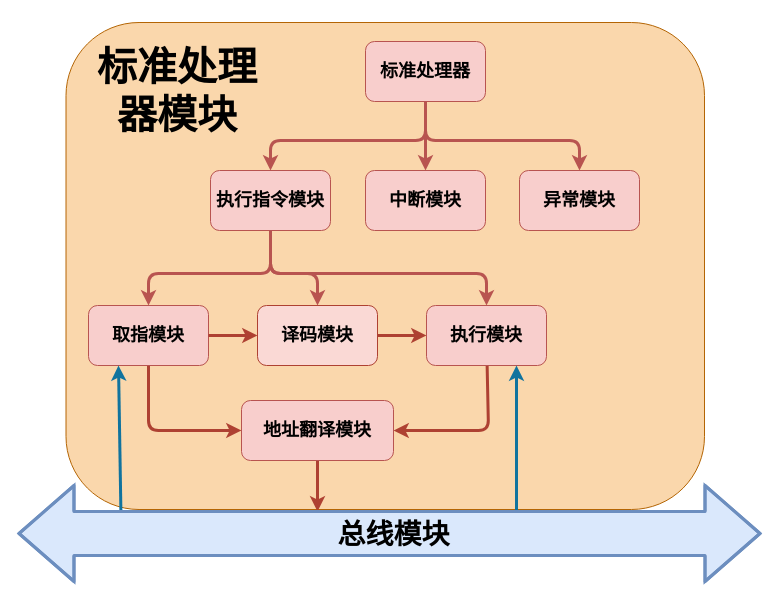
This is page "处理器模块" (3 of 7) of doc/architecture.drawio from Clo91eaf/hemu, a draw.io file, before an edit. Source tidied: cells renumbered, new cells numbered last; positions are measured from the earlier drawing's top-left corner, leaving out a move shared by most shapes. Both pictures are drawn from the tidied source at 100%, with x=0, y=0 at pixel (17, 17).
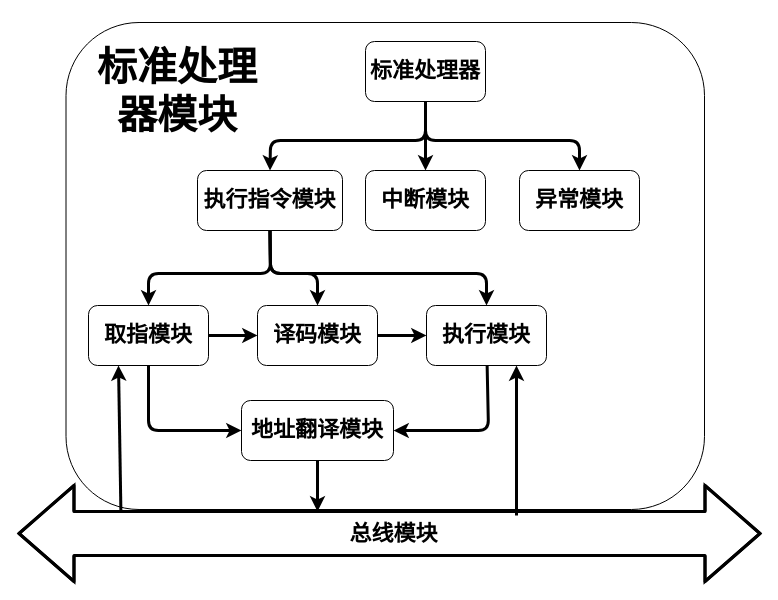
The same page after the edit.

Change to the diagram source:
```diff
@@
-    <mxCell id="2" style="whiteSpace=wrap;html=1;fontSize=18;fillColor=#fad7ac;strokeColor=#b46504;rounded=1;" parent="1" vertex="1">
+    <mxCell id="2" style="whiteSpace=wrap;html=1;fontSize=22;rounded=1;fontFamily=宋体;" parent="1" vertex="1">
       <mxGeometry x="48.5" y="5" width="638.5" height="487" as="geometry" />
     </mxCell>
-    <mxCell id="3" style="edgeStyle=none;html=1;fontSize=18;startArrow=none;startFill=0;entryX=0.5;entryY=0;entryDx=0;entryDy=0;rounded=1;exitX=0.5;exitY=1;exitDx=0;exitDy=0;fillColor=#f8cecc;strokeColor=#b85450;strokeWidth=3;" parent="1" edge="1" source="4" target="7">
+    <mxCell id="3" style="edgeStyle=none;html=1;fontSize=22;startArrow=none;startFill=0;entryX=0.5;entryY=0;entryDx=0;entryDy=0;rounded=1;exitX=0.5;exitY=1;exitDx=0;exitDy=0;strokeWidth=3;fontFamily=宋体;" parent="1" edge="1" source="4" target="7">
       <mxGeometry relative="1" as="geometry">
         <Array as="points">
           <mxPoint x="408" y="123" />
           <mxPoint x="253" y="123" />
         </Array>
       </mxGeometry>
     </mxCell>
-    <mxCell id="4" value="&lt;h2&gt;标准处理器&lt;/h2&gt;" style="whiteSpace=wrap;html=1;rounded=1;fillColor=#f8cecc;strokeColor=#b85450;" parent="1" vertex="1">
+    <mxCell id="4" value="&lt;h2 style=&quot;font-size: 22px;&quot;&gt;标准处理器&lt;/h2&gt;" style="whiteSpace=wrap;html=1;rounded=1;fontFamily=宋体;fontSize=22;" parent="1" vertex="1">
       <mxGeometry x="348" y="24" width="120" height="60" as="geometry" />
     </mxCell>
-    <mxCell id="5" value="&lt;h2&gt;中断模块&lt;/h2&gt;" style="whiteSpace=wrap;html=1;rounded=1;fillColor=#f8cecc;strokeColor=#b85450;" parent="1" vertex="1">
+    <mxCell id="5" value="&lt;h2 style=&quot;font-size: 22px;&quot;&gt;中断模块&lt;/h2&gt;" style="whiteSpace=wrap;html=1;rounded=1;fontFamily=宋体;fontSize=22;" parent="1" vertex="1">
       <mxGeometry x="348" y="153" width="120" height="60" as="geometry" />
     </mxCell>
-    <mxCell id="6" value="&lt;h2&gt;异常模块&lt;/h2&gt;" style="whiteSpace=wrap;html=1;rounded=1;fillColor=#f8cecc;strokeColor=#b85450;" parent="1" vertex="1">
+    <mxCell id="6" value="&lt;h2 style=&quot;font-size: 22px;&quot;&gt;异常模块&lt;/h2&gt;" style="whiteSpace=wrap;html=1;rounded=1;fontFamily=宋体;fontSize=22;" parent="1" vertex="1">
       <mxGeometry x="502" y="153" width="120" height="60" as="geometry" />
     </mxCell>
-    <mxCell id="7" value="&lt;h2&gt;执行指令模块&lt;/h2&gt;" style="whiteSpace=wrap;html=1;rounded=1;fillColor=#f8cecc;strokeColor=#b85450;" parent="1" vertex="1">
-      <mxGeometry x="193" y="153" width="120" height="60" as="geometry" />
+    <mxCell id="7" value="&lt;h2 style=&quot;font-size: 22px;&quot;&gt;执行指令模块&lt;/h2&gt;" style="whiteSpace=wrap;html=1;rounded=1;fontFamily=宋体;fontSize=22;" parent="1" vertex="1">
+      <mxGeometry x="180" y="153" width="145" height="60" as="geometry" />
     </mxCell>
-    <mxCell id="8" style="edgeStyle=none;html=1;fontSize=18;startArrow=none;startFill=0;entryX=0.5;entryY=0;entryDx=0;entryDy=0;exitX=0.5;exitY=1;exitDx=0;exitDy=0;rounded=1;fillColor=#f8cecc;strokeColor=#b85450;strokeWidth=3;" parent="1" edge="1" source="4" target="6">
+    <mxCell id="8" style="edgeStyle=none;html=1;fontSize=22;startArrow=none;startFill=0;entryX=0.5;entryY=0;entryDx=0;entryDy=0;exitX=0.5;exitY=1;exitDx=0;exitDy=0;rounded=1;strokeWidth=3;fontFamily=宋体;" parent="1" edge="1" source="4" target="6">
       <mxGeometry relative="1" as="geometry">
         <Array as="points">
           <mxPoint x="408" y="123" />
           <mxPoint x="562" y="123" />
         </Array>
       </mxGeometry>
     </mxCell>
-    <mxCell id="9" style="edgeStyle=none;html=1;fontSize=18;startArrow=none;startFill=0;entryX=0.5;entryY=0;entryDx=0;entryDy=0;exitX=0.5;exitY=1;exitDx=0;exitDy=0;rounded=1;fillColor=#f8cecc;strokeColor=#b85450;strokeWidth=3;" parent="1" edge="1" source="4" target="5">
+    <mxCell id="9" style="edgeStyle=none;html=1;fontSize=22;startArrow=none;startFill=0;entryX=0.5;entryY=0;entryDx=0;entryDy=0;exitX=0.5;exitY=1;exitDx=0;exitDy=0;rounded=1;strokeWidth=3;fontFamily=宋体;" parent="1" edge="1" source="4" target="5">
       <mxGeometry relative="1" as="geometry">
         <Array as="points">
           <mxPoint x="408" y="123" />
         </Array>
       </mxGeometry>
     </mxCell>
-    <mxCell id="10" style="edgeStyle=none;html=1;fontSize=18;startArrow=none;startFill=0;rounded=1;exitX=0.5;exitY=1;exitDx=0;exitDy=0;fillColor=#f8cecc;strokeColor=#b85450;strokeWidth=3;entryX=0.5;entryY=0;entryDx=0;entryDy=0;" parent="1" edge="1" source="7" target="12">
+    <mxCell id="10" style="edgeStyle=none;html=1;fontSize=22;startArrow=none;startFill=0;rounded=1;exitX=0.5;exitY=1;exitDx=0;exitDy=0;strokeWidth=3;entryX=0.5;entryY=0;entryDx=0;entryDy=0;fontFamily=宋体;" parent="1" edge="1" source="7" target="12">
       <mxGeometry relative="1" as="geometry">
         <Array as="points">
           <mxPoint x="253" y="256" />
           <mxPoint x="131" y="256" />
         </Array>
       </mxGeometry>
     </mxCell>
-    <mxCell id="11" style="edgeStyle=none;html=1;strokeWidth=3;fontSize=18;startArrow=none;startFill=0;endArrow=classic;endFill=1;fillColor=#fad9d5;strokeColor=#ae4132;entryX=0;entryY=0.5;entryDx=0;entryDy=0;rounded=1;" parent="1" edge="1" source="12" target="19">
+    <mxCell id="11" style="edgeStyle=none;html=1;strokeWidth=3;fontSize=22;startArrow=none;startFill=0;endArrow=classic;endFill=1;entryX=0;entryY=0.5;entryDx=0;entryDy=0;rounded=1;fontFamily=宋体;" parent="1" edge="1" source="12" target="19">
       <mxGeometry relative="1" as="geometry">
         <Array as="points">
           <mxPoint x="131" y="413" />
         </Array>
       </mxGeometry>
     </mxCell>
-    <mxCell id="12" value="&lt;h2&gt;取指模块&lt;/h2&gt;" style="whiteSpace=wrap;html=1;rounded=1;fillColor=#f8cecc;strokeColor=#b85450;" parent="1" vertex="1">
+    <mxCell id="12" value="&lt;h2 style=&quot;font-size: 22px;&quot;&gt;取指模块&lt;/h2&gt;" style="whiteSpace=wrap;html=1;rounded=1;fontFamily=宋体;fontSize=22;" parent="1" vertex="1">
       <mxGeometry x="71" y="288" width="120" height="60" as="geometry" />
     </mxCell>
-    <mxCell id="13" style="edgeStyle=none;html=1;strokeWidth=3;fontSize=18;startArrow=none;startFill=0;endArrow=classic;endFill=1;fillColor=#fad9d5;strokeColor=#ae4132;rounded=1;" parent="1" edge="1" source="14" target="17">
+    <mxCell id="13" style="edgeStyle=none;html=1;strokeWidth=3;fontSize=22;startArrow=none;startFill=0;endArrow=classic;endFill=1;rounded=1;fontFamily=宋体;" parent="1" edge="1" source="14" target="17">
       <mxGeometry relative="1" as="geometry" />
     </mxCell>
-    <mxCell id="14" value="&lt;h2&gt;译码模块&lt;/h2&gt;" style="whiteSpace=wrap;html=1;rounded=1;fillColor=#fad9d5;strokeColor=#ae4132;" parent="1" vertex="1">
+    <mxCell id="14" value="&lt;h2 style=&quot;font-size: 22px;&quot;&gt;译码模块&lt;/h2&gt;" style="whiteSpace=wrap;html=1;rounded=1;fontFamily=宋体;fontSize=22;" parent="1" vertex="1">
       <mxGeometry x="240" y="288" width="120" height="60" as="geometry" />
     </mxCell>
-    <mxCell id="15" style="edgeStyle=none;jettySize=auto;html=1;strokeWidth=3;fontSize=18;startArrow=none;startFill=0;endArrow=classic;endFill=1;exitX=1;exitY=0.5;exitDx=0;exitDy=0;entryX=0;entryY=0.5;entryDx=0;entryDy=0;fillColor=#fad9d5;strokeColor=#ae4132;rounded=1;" parent="1" edge="1" source="12" target="14">
+    <mxCell id="15" style="edgeStyle=none;jettySize=auto;html=1;strokeWidth=3;fontSize=22;startArrow=none;startFill=0;endArrow=classic;endFill=1;exitX=1;exitY=0.5;exitDx=0;exitDy=0;entryX=0;entryY=0.5;entryDx=0;entryDy=0;rounded=1;fontFamily=宋体;" parent="1" edge="1" source="12" target="14">
       <mxGeometry relative="1" as="geometry" />
     </mxCell>
-    <mxCell id="16" style="edgeStyle=none;html=1;strokeWidth=3;fontSize=18;startArrow=none;startFill=0;endArrow=classic;endFill=1;entryX=1;entryY=0.5;entryDx=0;entryDy=0;fillColor=#fad9d5;strokeColor=#ae4132;rounded=1;" parent="1" edge="1" source="17" target="19">
+    <mxCell id="16" style="edgeStyle=none;html=1;strokeWidth=3;fontSize=22;startArrow=none;startFill=0;endArrow=classic;endFill=1;entryX=1;entryY=0.5;entryDx=0;entryDy=0;rounded=1;fontFamily=宋体;" parent="1" edge="1" source="17" target="19">
       <mxGeometry relative="1" as="geometry">
         <Array as="points">
           <mxPoint x="471" y="413" />
         </Array>
       </mxGeometry>
     </mxCell>
-    <mxCell id="17" value="&lt;h2&gt;执行模块&lt;/h2&gt;" style="whiteSpace=wrap;html=1;rounded=1;fillColor=#f8cecc;strokeColor=#b85450;" parent="1" vertex="1">
+    <mxCell id="17" value="&lt;h2 style=&quot;font-size: 22px;&quot;&gt;执行模块&lt;/h2&gt;" style="whiteSpace=wrap;html=1;rounded=1;fontFamily=宋体;fontSize=22;" parent="1" vertex="1">
       <mxGeometry x="409" y="288" width="120" height="60" as="geometry" />
     </mxCell>
-    <mxCell id="18" style="edgeStyle=none;html=1;strokeWidth=3;fontSize=18;startArrow=none;startFill=0;endArrow=classic;endFill=1;fillColor=#fad9d5;strokeColor=#ae4132;rounded=1;" parent="1" edge="1" source="19">
+    <mxCell id="18" style="edgeStyle=none;html=1;strokeWidth=3;fontSize=22;startArrow=none;startFill=0;endArrow=classic;endFill=1;rounded=1;fontFamily=宋体;" parent="1" edge="1" source="19">
       <mxGeometry relative="1" as="geometry">
         <mxPoint x="300" y="494" as="targetPoint" />
       </mxGeometry>
     </mxCell>
-    <mxCell id="19" value="&lt;h2&gt;地址翻译模块&lt;/h2&gt;" style="whiteSpace=wrap;html=1;rounded=1;fillColor=#f8cecc;strokeColor=#b85450;" parent="1" vertex="1">
+    <mxCell id="19" value="&lt;h2 style=&quot;font-size: 22px;&quot;&gt;地址翻译模块&lt;/h2&gt;" style="whiteSpace=wrap;html=1;rounded=1;fontFamily=宋体;fontSize=22;" parent="1" vertex="1">
       <mxGeometry x="224" y="383" width="152" height="60" as="geometry" />
     </mxCell>
-    <mxCell id="20" style="edgeStyle=none;jettySize=auto;html=1;strokeWidth=3;fontSize=18;startArrow=none;startFill=0;endArrow=classic;endFill=1;fillColor=#b1ddf0;strokeColor=#10739e;entryX=0.25;entryY=1;entryDx=0;entryDy=0;exitX=0.082;exitY=0.021;exitDx=0;exitDy=0;exitPerimeter=0;rounded=1;" parent="1" edge="1" target="12">
+    <mxCell id="20" style="edgeStyle=none;jettySize=auto;html=1;strokeWidth=3;fontSize=22;startArrow=none;startFill=0;endArrow=classic;endFill=1;entryX=0.25;entryY=1;entryDx=0;entryDy=0;exitX=0.082;exitY=0.021;exitDx=0;exitDy=0;exitPerimeter=0;rounded=1;fontFamily=宋体;" parent="1" edge="1" target="12">
       <mxGeometry relative="1" as="geometry">
         <mxPoint x="103.4" y="493.5" as="sourcePoint" />
       </mxGeometry>
     </mxCell>
-    <mxCell id="21" style="edgeStyle=none;jettySize=auto;html=1;strokeWidth=3;fontSize=18;startArrow=none;startFill=0;endArrow=classic;endFill=1;fillColor=#b1ddf0;strokeColor=#10739e;entryX=0.75;entryY=1;entryDx=0;entryDy=0;rounded=1;" parent="1" edge="1" target="17">
+    <mxCell id="21" style="edgeStyle=none;jettySize=auto;html=1;strokeWidth=3;fontSize=22;startArrow=none;startFill=0;endArrow=classic;endFill=1;entryX=0.75;entryY=1;entryDx=0;entryDy=0;rounded=1;fontFamily=宋体;" parent="1" edge="1" target="17">
       <mxGeometry relative="1" as="geometry">
         <mxPoint x="499" y="498" as="sourcePoint" />
       </mxGeometry>
     </mxCell>
-    <mxCell id="22" value="&lt;font style=&quot;font-size: 40px;&quot;&gt;标准处理器模块&lt;/font&gt;" style="text;strokeColor=none;align=center;fillColor=none;html=1;verticalAlign=middle;whiteSpace=wrap;rounded=1;fontStyle=1;" parent="1" vertex="1">
+    <mxCell id="22" value="&lt;font style=&quot;font-size: 40px;&quot;&gt;标准处理器模块&lt;/font&gt;" style="text;strokeColor=none;align=center;fillColor=none;html=1;verticalAlign=middle;whiteSpace=wrap;rounded=1;fontStyle=1;fontFamily=宋体;fontSize=40;" parent="1" vertex="1">
       <mxGeometry x="74" width="172" height="146" as="geometry" />
     </mxCell>
-    <mxCell id="23" style="edgeStyle=none;html=1;fontSize=18;startArrow=none;startFill=0;rounded=1;exitX=0.5;exitY=1;exitDx=0;exitDy=0;fillColor=#f8cecc;strokeColor=#b85450;strokeWidth=3;entryX=0.5;entryY=0;entryDx=0;entryDy=0;" parent="1" edge="1" source="7" target="14">
+    <mxCell id="23" style="edgeStyle=none;html=1;fontSize=22;startArrow=none;startFill=0;rounded=1;exitX=0.5;exitY=1;exitDx=0;exitDy=0;strokeWidth=3;entryX=0.5;entryY=0;entryDx=0;entryDy=0;fontFamily=宋体;" parent="1" edge="1" source="7" target="14">
       <mxGeometry relative="1" as="geometry">
         <Array as="points">
           <mxPoint x="253" y="256" />
           <mxPoint x="300" y="256" />
         </Array>
       </mxGeometry>
     </mxCell>
-    <mxCell id="24" style="edgeStyle=none;html=1;fontSize=18;startArrow=none;startFill=0;rounded=1;exitX=0.5;exitY=1;exitDx=0;exitDy=0;fillColor=#f8cecc;strokeColor=#b85450;strokeWidth=3;entryX=0.5;entryY=0;entryDx=0;entryDy=0;" parent="1" edge="1" source="7" target="17">
+    <mxCell id="24" style="edgeStyle=none;html=1;fontSize=22;startArrow=none;startFill=0;rounded=1;exitX=0.5;exitY=1;exitDx=0;exitDy=0;strokeWidth=3;entryX=0.5;entryY=0;entryDx=0;entryDy=0;fontFamily=宋体;" parent="1" edge="1" source="7" target="17">
       <mxGeometry relative="1" as="geometry">
         <Array as="points">
           <mxPoint x="253" y="256" />
           <mxPoint x="469" y="256" />
         </Array>
       </mxGeometry>
     </mxCell>
-    <mxCell id="25" style="orthogonalLoop=1;jettySize=auto;html=1;rounded=1;shape=flexArrow;startArrow=block;strokeWidth=3;startWidth=49;startSize=17.33;width=42;endSize=17.33;edgeStyle=elbowEdgeStyle;endWidth=49;fillColor=#dae8fc;strokeColor=#6c8ebf;" parent="1" edge="1">
+    <mxCell id="25" style="orthogonalLoop=1;jettySize=auto;html=1;rounded=1;shape=flexArrow;startArrow=block;strokeWidth=3;startWidth=49;startSize=17.33;width=42;endSize=17.33;edgeStyle=elbowEdgeStyle;endWidth=49;fontFamily=宋体;fontSize=22;" parent="1" edge="1">
       <mxGeometry relative="1" as="geometry">
         <mxPoint y="516" as="sourcePoint" />
         <mxPoint x="744" y="516" as="targetPoint" />
       </mxGeometry>
     </mxCell>
-    <mxCell id="26" value="总线模块" style="edgeLabel;html=1;align=center;verticalAlign=middle;fontSize=28;fontColor=default;labelBackgroundColor=none;fontStyle=1;" parent="25" vertex="1">
+    <mxCell id="26" value="总线模块" style="edgeLabel;html=1;align=center;verticalAlign=middle;fontSize=22;fontColor=default;labelBackgroundColor=none;fontStyle=1;fontFamily=宋体;" parent="25" vertex="1">
       <mxGeometry x="-0.07" y="-10" relative="1" as="geometry">
         <mxPoint x="29" y="-10" as="offset" />
       </mxGeometry>
     </mxCell>
```
